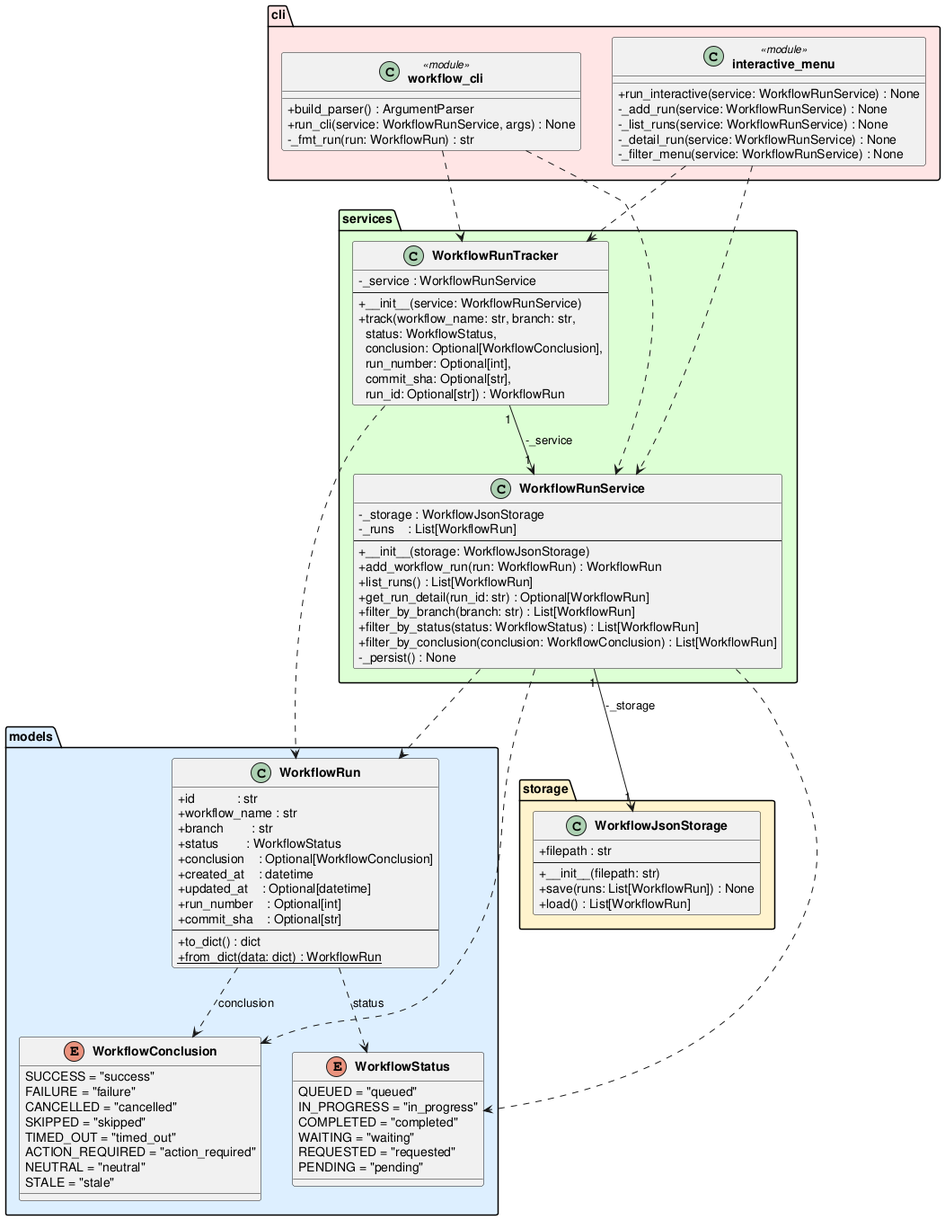
The PlantUML diagram experiments/pipeline/user_stories/github-workflow-manager/artifacts/class_diagram.png in DanielRiha8906/Software_autoevolution_using_agents, before a commit.
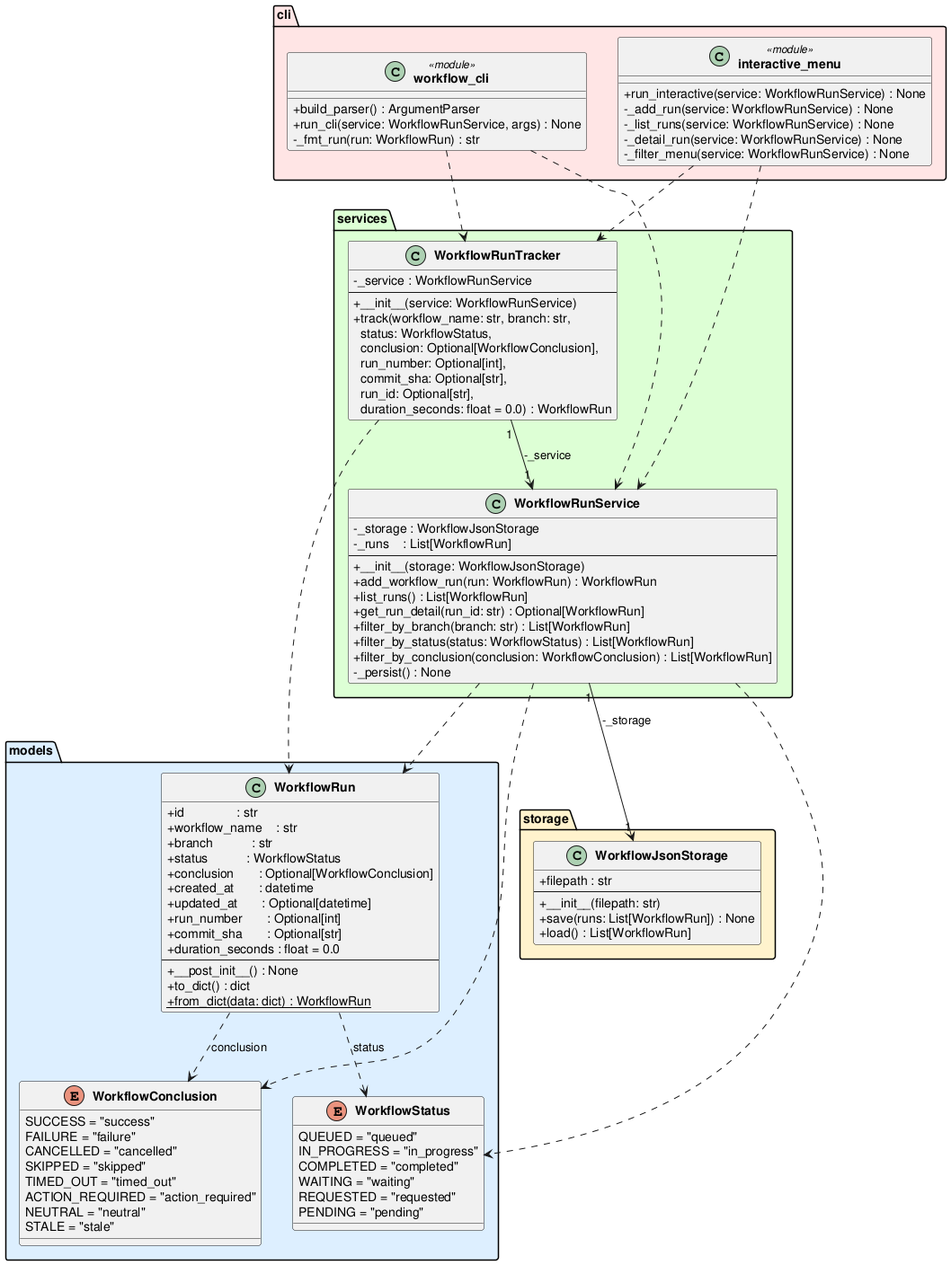
The same diagram one commit later.

Diff of the diagram source:
```diff
@@ -25,16 +25,18 @@
     }
 
     class WorkflowRun {
-        +id            : str
-        +workflow_name : str
-        +branch        : str
-        +status        : WorkflowStatus
-        +conclusion    : Optional[WorkflowConclusion]
-        +created_at    : datetime
-        +updated_at    : Optional[datetime]
-        +run_number    : Optional[int]
-        +commit_sha    : Optional[str]
+        +id               : str
+        +workflow_name    : str
+        +branch           : str
+        +status           : WorkflowStatus
+        +conclusion       : Optional[WorkflowConclusion]
+        +created_at       : datetime
+        +updated_at       : Optional[datetime]
+        +run_number       : Optional[int]
+        +commit_sha       : Optional[str]
+        +duration_seconds : float = 0.0
         --
+        +__post_init__() : None
         +to_dict() : dict
         +{static} from_dict(data: dict) : WorkflowRun
     }
@@ -69,7 +71,7 @@
         -_service : WorkflowRunService
         --
         +__init__(service: WorkflowRunService)
-        +track(workflow_name: str, branch: str,\n  status: WorkflowStatus,\n  conclusion: Optional[WorkflowConclusion],\n  run_number: Optional[int],\n  commit_sha: Optional[str],\n  run_id: Optional[str]) : WorkflowRun
+        +track(workflow_name: str, branch: str,\n  status: WorkflowStatus,\n  conclusion: Optional[WorkflowConclusion],\n  run_number: Optional[int],\n  commit_sha: Optional[str],\n  run_id: Optional[str],\n  duration_seconds: float = 0.0) : WorkflowRun
     }
 }
 
```
